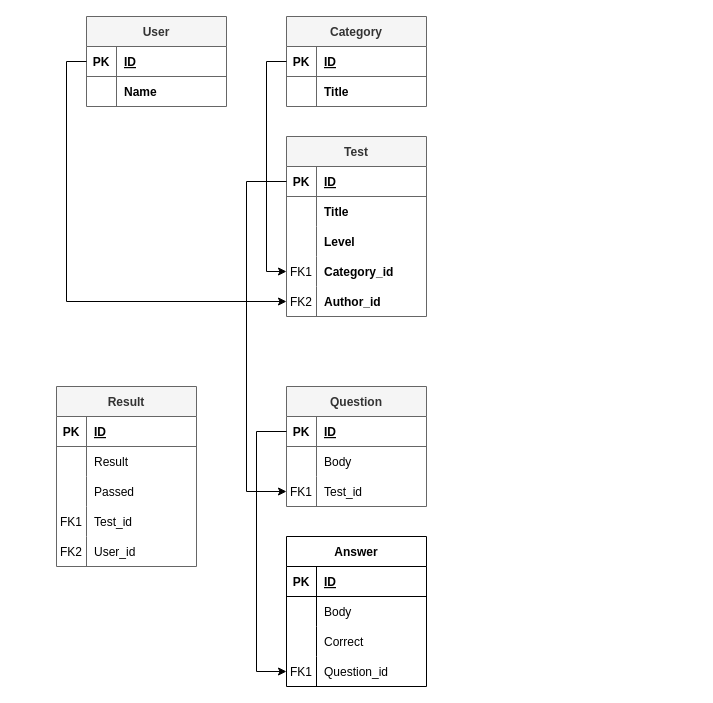
This is test-guru.wiki/Диаграмма без названия.drawio from slydevruby/test-guru, a draw.io file, before an edit. Source tidied: cells renumbered, new cells numbered last; positions are measured from the earlier drawing's top-left corner, leaving out a move shared by most shapes. Both pictures are drawn from the tidied source at 100%, with x=0, y=0 at pixel (56, 16).
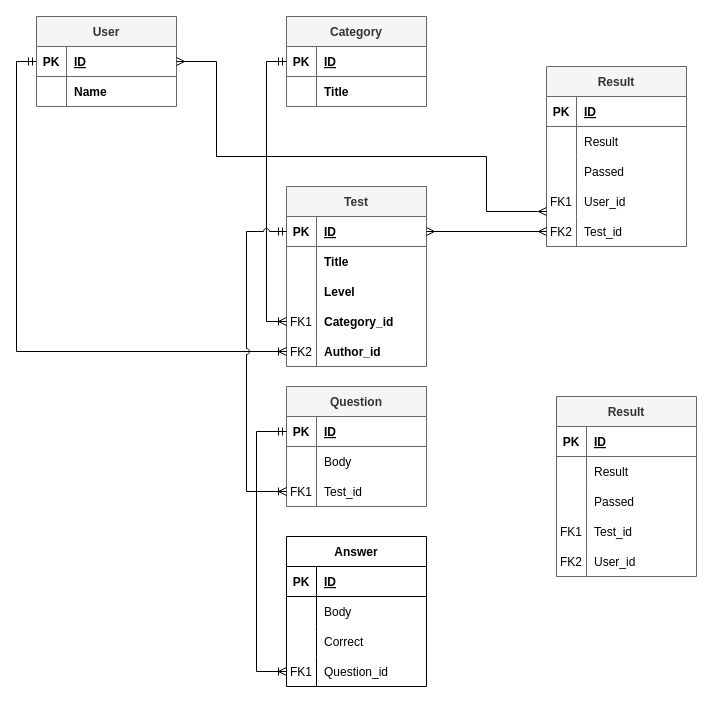
Above is the later version.

The change refers to these unchanged cells:
```xml
<mxCell id="3" style="shape=tableRow;horizontal=0;startSize=0;swimlaneHead=0;swimlaneBody=0;fillColor=none;points=[[0,0.5],[1,0.5]];portConstraint=eastwest;strokeColor=inherit;top=0;left=0;right=0;bottom=1;" parent="2" vertex="1">
  <mxGeometry y="30" width="140" height="30" as="geometry" />
</mxCell>
<mxCell id="10" style="shape=tableRow;horizontal=0;startSize=0;swimlaneHead=0;swimlaneBody=0;fillColor=none;points=[[0,0.5],[1,0.5]];portConstraint=eastwest;strokeColor=inherit;top=0;left=0;right=0;bottom=1;" parent="9" vertex="1">
  <mxGeometry y="30" width="140" height="30" as="geometry" />
</mxCell>
<mxCell id="17" style="shape=tableRow;horizontal=0;startSize=0;swimlaneHead=0;swimlaneBody=0;fillColor=none;points=[[0,0.5],[1,0.5]];portConstraint=eastwest;strokeColor=inherit;top=0;left=0;right=0;bottom=1;" parent="16" vertex="1">
  <mxGeometry y="30" width="140" height="30" as="geometry" />
</mxCell>
<mxCell id="26" style="shape=tableRow;horizontal=0;startSize=0;swimlaneHead=0;swimlaneBody=0;fillColor=none;points=[[0,0.5],[1,0.5]];portConstraint=eastwest;strokeColor=inherit;top=0;left=0;right=0;bottom=0;" parent="16" vertex="1">
  <mxGeometry y="120" width="140" height="30" as="geometry" />
</mxCell>
<mxCell id="29" style="shape=tableRow;horizontal=0;startSize=0;swimlaneHead=0;swimlaneBody=0;fillColor=none;points=[[0,0.5],[1,0.5]];portConstraint=eastwest;strokeColor=inherit;top=0;left=0;right=0;bottom=0;" parent="16" vertex="1">
  <mxGeometry y="150" width="140" height="30" as="geometry" />
</mxCell>
<mxCell id="33" style="shape=tableRow;horizontal=0;startSize=0;swimlaneHead=0;swimlaneBody=0;fillColor=none;points=[[0,0.5],[1,0.5]];portConstraint=eastwest;strokeColor=inherit;top=0;left=0;right=0;bottom=1;" parent="32" vertex="1">
  <mxGeometry y="30" width="140" height="30" as="geometry" />
</mxCell>
<mxCell id="39" style="shape=tableRow;horizontal=0;startSize=0;swimlaneHead=0;swimlaneBody=0;fillColor=none;points=[[0,0.5],[1,0.5]];portConstraint=eastwest;strokeColor=inherit;top=0;left=0;right=0;bottom=0;" parent="32" vertex="1">
  <mxGeometry y="90" width="140" height="30" as="geometry" />
</mxCell>
<mxCell id="52" style="shape=tableRow;horizontal=0;startSize=0;swimlaneHead=0;swimlaneBody=0;fillColor=none;points=[[0,0.5],[1,0.5]];portConstraint=eastwest;strokeColor=inherit;top=0;left=0;right=0;bottom=0;" parent="42" vertex="1">
  <mxGeometry y="120" width="140" height="30" as="geometry" />
</mxCell>
<mxCell id="65" style="shape=tableRow;horizontal=0;startSize=0;swimlaneHead=0;swimlaneBody=0;fillColor=none;points=[[0,0.5],[1,0.5]];portConstraint=eastwest;strokeColor=inherit;top=0;left=0;right=0;bottom=0;" parent="55" vertex="1">
  <mxGeometry y="120" width="140" height="30" as="geometry" />
</mxCell>
<mxCell id="68" style="shape=tableRow;horizontal=0;startSize=0;swimlaneHead=0;swimlaneBody=0;fillColor=none;points=[[0,0.5],[1,0.5]];portConstraint=eastwest;strokeColor=inherit;top=0;left=0;right=0;bottom=0;" parent="55" vertex="1">
  <mxGeometry y="150" width="140" height="30" as="geometry" />
</mxCell>
```

What changed in the source:
```diff
@@
     <mxCell id="9" value="User" style="shape=table;startSize=30;childLayout=tableLayout;rowLines=0;fontStyle=1;align=center;fillColor=#f5f5f5;strokeColor=#666666;fontColor=#333333;" parent="1" vertex="1">
-      <mxGeometry x="30" width="140" height="90" as="geometry" />
+      <mxGeometry x="-20" width="140" height="90" as="geometry" />
     </mxCell>
@@
     <mxCell id="16" value="Test" style="shape=table;startSize=30;childLayout=tableLayout;rowLines=0;fontStyle=1;align=center;fillColor=#f5f5f5;fontColor=#333333;strokeColor=#666666;" parent="1" vertex="1">
-      <mxGeometry x="230" y="120" width="140" height="180" as="geometry" />
+      <mxGeometry x="230" y="170" width="140" height="180" as="geometry" />
     </mxCell>
@@
     <mxCell id="55" value="Result" style="shape=table;startSize=30;childLayout=tableLayout;rowLines=0;fontStyle=1;align=center;fillColor=#f5f5f5;fontColor=#333333;strokeColor=#666666;" parent="1" vertex="1">
-      <mxGeometry y="370" width="140" height="180" as="geometry" />
+      <mxGeometry x="490" y="50" width="140" height="180" as="geometry" />
     </mxCell>
@@
-    <mxCell id="67" value="Test_id" style="shape=partialRectangle;overflow=hidden;fillColor=none;align=left;strokeColor=inherit;top=0;left=0;bottom=0;right=0;spacingLeft=6;" parent="65" vertex="1">
+    <mxCell id="67" value="User_id" style="shape=partialRectangle;overflow=hidden;fillColor=none;align=left;strokeColor=inherit;top=0;left=0;bottom=0;right=0;spacingLeft=6;" parent="65" vertex="1">
       <mxGeometry x="30" width="110" height="30" as="geometry" />
     </mxCell>
@@
-    <mxCell id="70" value="User_id" style="shape=partialRectangle;overflow=hidden;fillColor=none;align=left;strokeColor=inherit;top=0;left=0;bottom=0;right=0;spacingLeft=6;" parent="68" vertex="1">
+    <mxCell id="70" value="Test_id" style="shape=partialRectangle;overflow=hidden;fillColor=none;align=left;strokeColor=inherit;top=0;left=0;bottom=0;right=0;spacingLeft=6;" parent="68" vertex="1">
       <mxGeometry x="30" width="110" height="30" as="geometry" />
     </mxCell>
-    <mxCell id="71" style="edgeStyle=orthogonalEdgeStyle;rounded=0;jettySize=auto;html=1;exitX=0;exitY=0.5;exitDx=0;exitDy=0;entryX=0;entryY=0.5;entryDx=0;entryDy=0;" parent="1" edge="1" source="3" target="26">
+    <mxCell id="71" style="edgeStyle=orthogonalEdgeStyle;rounded=0;jettySize=auto;html=1;exitX=0;exitY=0.5;exitDx=0;exitDy=0;entryX=0;entryY=0.5;entryDx=0;entryDy=0;startArrow=ERmandOne;startFill=0;endArrow=ERoneToMany;endFill=0;" parent="1" edge="1" source="3" target="26">
       <mxGeometry relative="1" as="geometry" />
     </mxCell>
-    <mxCell id="72" style="edgeStyle=orthogonalEdgeStyle;rounded=0;jettySize=auto;html=1;exitX=0;exitY=0.5;exitDx=0;exitDy=0;entryX=0;entryY=0.5;entryDx=0;entryDy=0;" parent="1" edge="1" source="10" target="29">
+    <mxCell id="72" style="edgeStyle=orthogonalEdgeStyle;rounded=0;jettySize=auto;html=1;exitX=0;exitY=0.5;exitDx=0;exitDy=0;entryX=0;entryY=0.5;entryDx=0;entryDy=0;startArrow=ERmandOne;startFill=0;endArrow=ERoneToMany;endFill=0;" parent="1" edge="1" source="10" target="29">
       <mxGeometry relative="1" as="geometry" />
     </mxCell>
-    <mxCell id="73" style="edgeStyle=orthogonalEdgeStyle;rounded=0;jettySize=auto;html=1;exitX=0;exitY=0.5;exitDx=0;exitDy=0;entryX=0;entryY=0.5;entryDx=0;entryDy=0;" parent="1" edge="1" source="17" target="39">
+    <mxCell id="73" style="edgeStyle=orthogonalEdgeStyle;rounded=0;jettySize=auto;html=1;exitX=0;exitY=0.5;exitDx=0;exitDy=0;entryX=0;entryY=0.5;entryDx=0;entryDy=0;startArrow=ERmandOne;startFill=0;endArrow=ERoneToMany;endFill=0;jumpStyle=arc;" parent="1" edge="1" source="17" target="39">
       <mxGeometry relative="1" as="geometry">
         <Array as="points">
-          <mxPoint x="190" y="165" />
+          <mxPoint x="190" y="215" />
           <mxPoint x="190" y="475" />
         </Array>
       </mxGeometry>
     </mxCell>
-    <mxCell id="74" style="edgeStyle=orthogonalEdgeStyle;rounded=0;jettySize=auto;html=1;exitX=0;exitY=0.5;exitDx=0;exitDy=0;entryX=0;entryY=0.5;entryDx=0;entryDy=0;" parent="1" edge="1" source="33" target="52">
+    <mxCell id="74" style="edgeStyle=orthogonalEdgeStyle;rounded=0;jettySize=auto;html=1;exitX=0;exitY=0.5;exitDx=0;exitDy=0;entryX=0;entryY=0.5;entryDx=0;entryDy=0;startArrow=ERmandOne;startFill=0;endArrow=ERoneToMany;endFill=0;" parent="1" edge="1" source="33" target="52">
       <mxGeometry relative="1" as="geometry">
         <Array as="points">
           <mxPoint x="200" y="415" />
           <mxPoint x="200" y="655" />
         </Array>
       </mxGeometry>
     </mxCell>
+    <mxCell id="75" value="Result" style="shape=table;startSize=30;childLayout=tableLayout;rowLines=0;fontStyle=1;align=center;fillColor=#f5f5f5;fontColor=#333333;strokeColor=#666666;" parent="1" vertex="1">
+      <mxGeometry x="500" y="380" width="140" height="180" as="geometry" />
+    </mxCell>
+    <mxCell id="76" style="shape=tableRow;horizontal=0;startSize=0;swimlaneHead=0;swimlaneBody=0;fillColor=none;strokeColor=inherit;top=0;left=0;right=0;bottom=1;" parent="75" vertex="1">
+      <mxGeometry y="30" width="140" height="30" as="geometry" />
+    </mxCell>
+    <mxCell id="77" value="PK" style="shape=partialRectangle;overflow=hidden;fillColor=none;strokeColor=inherit;top=0;left=0;bottom=0;right=0;fontStyle=1;" parent="76" vertex="1">
+      <mxGeometry width="30" height="30" as="geometry" />
+    </mxCell>
+    <mxCell id="78" value="ID" style="shape=partialRectangle;overflow=hidden;fillColor=none;align=left;strokeColor=inherit;top=0;left=0;bottom=0;right=0;spacingLeft=6;fontStyle=5;" parent="76" vertex="1">
+      <mxGeometry x="30" width="110" height="30" as="geometry" />
+    </mxCell>
+    <mxCell id="79" style="shape=tableRow;horizontal=0;startSize=0;swimlaneHead=0;swimlaneBody=0;fillColor=none;strokeColor=inherit;top=0;left=0;right=0;bottom=0;" parent="75" vertex="1">
+      <mxGeometry y="60" width="140" height="30" as="geometry" />
+    </mxCell>
+    <mxCell id="80" style="shape=partialRectangle;overflow=hidden;fillColor=none;strokeColor=inherit;top=0;left=0;bottom=0;right=0;" parent="79" vertex="1">
+      <mxGeometry width="30" height="30" as="geometry" />
+    </mxCell>
+    <mxCell id="81" value="Result" style="shape=partialRectangle;overflow=hidden;fillColor=none;align=left;strokeColor=inherit;top=0;left=0;bottom=0;right=0;spacingLeft=6;" parent="79" vertex="1">
+      <mxGeometry x="30" width="110" height="30" as="geometry" />
+    </mxCell>
+    <mxCell id="82" style="shape=tableRow;horizontal=0;startSize=0;swimlaneHead=0;swimlaneBody=0;fillColor=none;strokeColor=inherit;top=0;left=0;right=0;bottom=0;" parent="75" vertex="1">
+      <mxGeometry y="90" width="140" height="30" as="geometry" />
+    </mxCell>
+    <mxCell id="83" style="shape=partialRectangle;overflow=hidden;fillColor=none;strokeColor=inherit;top=0;left=0;bottom=0;right=0;" parent="82" vertex="1">
+      <mxGeometry width="30" height="30" as="geometry" />
+    </mxCell>
+    <mxCell id="84" value="Passed" style="shape=partialRectangle;overflow=hidden;fillColor=none;align=left;strokeColor=inherit;top=0;left=0;bottom=0;right=0;spacingLeft=6;" parent="82" vertex="1">
+      <mxGeometry x="30" width="110" height="30" as="geometry" />
+    </mxCell>
+    <mxCell id="85" style="shape=tableRow;horizontal=0;startSize=0;swimlaneHead=0;swimlaneBody=0;fillColor=none;strokeColor=inherit;top=0;left=0;right=0;bottom=0;" parent="75" vertex="1">
+      <mxGeometry y="120" width="140" height="30" as="geometry" />
+    </mxCell>
+    <mxCell id="86" value="FK1" style="shape=partialRectangle;overflow=hidden;fillColor=none;strokeColor=inherit;top=0;left=0;bottom=0;right=0;" parent="85" vertex="1">
+      <mxGeometry width="30" height="30" as="geometry" />
+    </mxCell>
+    <mxCell id="87" value="Test_id" style="shape=partialRectangle;overflow=hidden;fillColor=none;align=left;strokeColor=inherit;top=0;left=0;bottom=0;right=0;spacingLeft=6;" parent="85" vertex="1">
+      <mxGeometry x="30" width="110" height="30" as="geometry" />
+    </mxCell>
+    <mxCell id="88" style="shape=tableRow;horizontal=0;startSize=0;swimlaneHead=0;swimlaneBody=0;fillColor=none;strokeColor=inherit;top=0;left=0;right=0;bottom=0;" parent="75" vertex="1">
+      <mxGeometry y="150" width="140" height="30" as="geometry" />
+    </mxCell>
+    <mxCell id="89" value="FK2" style="shape=partialRectangle;overflow=hidden;fillColor=none;strokeColor=inherit;top=0;left=0;bottom=0;right=0;" parent="88" vertex="1">
+      <mxGeometry width="30" height="30" as="geometry" />
+    </mxCell>
+    <mxCell id="90" value="User_id" style="shape=partialRectangle;overflow=hidden;fillColor=none;align=left;strokeColor=inherit;top=0;left=0;bottom=0;right=0;spacingLeft=6;" parent="88" vertex="1">
+      <mxGeometry x="30" width="110" height="30" as="geometry" />
+    </mxCell>
+    <mxCell id="91" style="edgeStyle=orthogonalEdgeStyle;rounded=0;jettySize=auto;html=1;exitX=1;exitY=0.5;exitDx=0;exitDy=0;startArrow=ERmany;startFill=0;endArrow=ERmany;endFill=0;" parent="1" edge="1" source="10" target="65">
+      <mxGeometry relative="1" as="geometry">
+        <Array as="points">
+          <mxPoint x="160" y="45" />
+          <mxPoint x="160" y="140" />
+          <mxPoint x="430" y="140" />
+          <mxPoint x="430" y="195" />
+        </Array>
+      </mxGeometry>
+    </mxCell>
+    <mxCell id="92" style="edgeStyle=orthogonalEdgeStyle;rounded=0;jettySize=auto;html=1;exitX=0;exitY=0.5;exitDx=0;exitDy=0;entryX=1;entryY=0.5;entryDx=0;entryDy=0;startArrow=ERmany;startFill=0;endArrow=ERmany;endFill=0;" parent="1" edge="1" source="68" target="17">
+      <mxGeometry relative="1" as="geometry" />
+    </mxCell>
```
